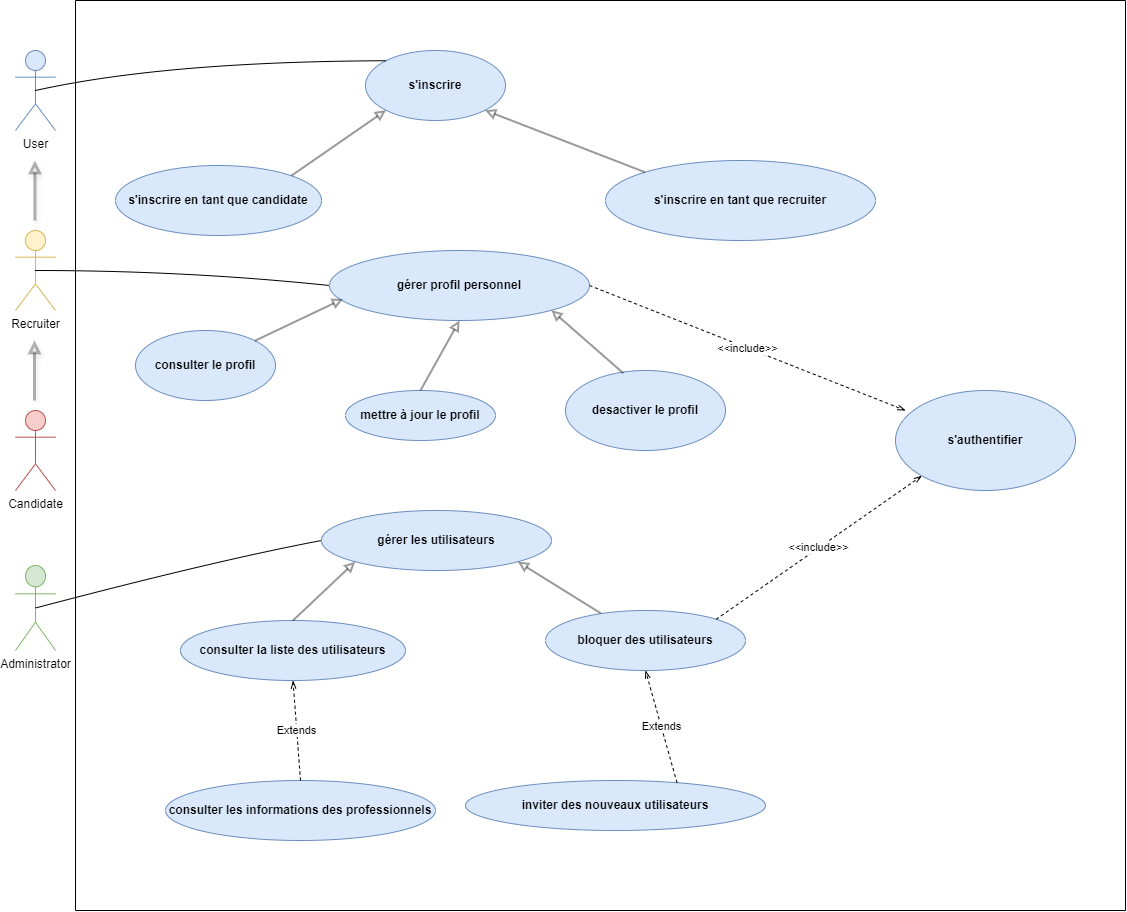
Above: Diagramme cas_utilisa_sprint1.png in chirine1/-project (draw.io), before the change. Source tidied: cells renumbered, new cells last; positions are measured from the earlier drawing's top-left corner, leaving out a move shared by most shapes.
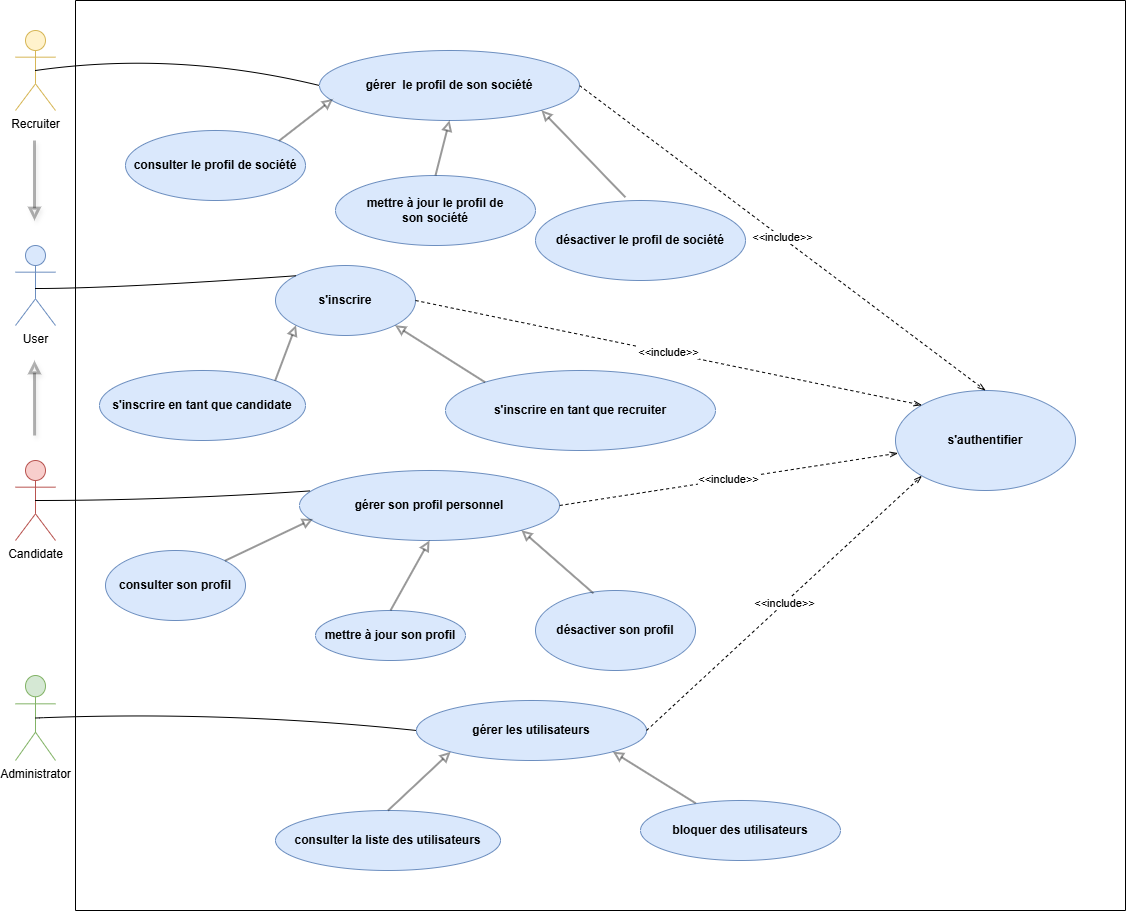
The same diagram one commit later.

Commit message:
Mettre à jour Diagramme cas_utilisa_sprint1.png

The edit, as a diff of the source:
```diff
@@ -3,55 +3,49 @@
     <mxCell id="0" />
     <mxCell id="1" parent="0" />
     <mxCell id="2" value="User" style="shape=umlActor;verticalLabelPosition=bottom;verticalAlign=top;html=1;outlineConnect=0;fillColor=#dae8fc;strokeColor=#6c8ebf;" parent="1" vertex="1">
-      <mxGeometry y="50" width="40" height="80" as="geometry" />
+      <mxGeometry y="245" width="40" height="80" as="geometry" />
     </mxCell>
     <mxCell id="3" value="Recruiter" style="shape=umlActor;verticalLabelPosition=bottom;verticalAlign=top;html=1;outlineConnect=0;fillColor=#fff2cc;strokeColor=#d6b656;" parent="1" vertex="1">
-      <mxGeometry y="230" width="40" height="80" as="geometry" />
+      <mxGeometry y="30" width="40" height="80" as="geometry" />
     </mxCell>
     <mxCell id="4" value="Administrator" style="shape=umlActor;verticalLabelPosition=bottom;verticalAlign=top;html=1;outlineConnect=0;fillColor=#d5e8d4;strokeColor=#82b366;" parent="1" vertex="1">
-      <mxGeometry y="565" width="40" height="85" as="geometry" />
+      <mxGeometry y="675" width="40" height="85" as="geometry" />
     </mxCell>
     <mxCell id="5" value="Candidate" style="shape=umlActor;verticalLabelPosition=bottom;verticalAlign=top;html=1;outlineConnect=0;fillColor=#f8cecc;strokeColor=#b85450;" parent="1" vertex="1">
-      <mxGeometry y="410" width="40" height="80" as="geometry" />
+      <mxGeometry y="460" width="40" height="80" as="geometry" />
     </mxCell>
     <mxCell id="6" value="&lt;b&gt;s'inscrire&lt;/b&gt;" style="ellipse;whiteSpace=wrap;html=1;fillColor=#dae8fc;strokeColor=#6c8ebf;" parent="1" vertex="1">
-      <mxGeometry x="350" y="50" width="140" height="70" as="geometry" />
+      <mxGeometry x="260" y="265" width="140" height="70" as="geometry" />
     </mxCell>
     <mxCell id="7" value="&lt;b&gt;s'inscrire en tant que candidate&lt;/b&gt;" style="ellipse;whiteSpace=wrap;html=1;fillColor=#dae8fc;strokeColor=#6c8ebf;" parent="1" vertex="1">
-      <mxGeometry x="100" y="165" width="206" height="70" as="geometry" />
+      <mxGeometry x="84" y="370" width="206" height="70" as="geometry" />
     </mxCell>
-    <mxCell id="8" value="&lt;b&gt;gérer profil personnel&lt;/b&gt;" style="ellipse;whiteSpace=wrap;html=1;fillColor=#dae8fc;strokeColor=#6c8ebf;" parent="1" vertex="1">
-      <mxGeometry x="314" y="250" width="260" height="70" as="geometry" />
+    <mxCell id="8" value="&lt;b&gt;gérer&amp;nbsp; le profil de son société&lt;/b&gt;" style="ellipse;whiteSpace=wrap;html=1;fillColor=#dae8fc;strokeColor=#6c8ebf;" parent="1" vertex="1">
+      <mxGeometry x="304" y="50" width="260" height="70" as="geometry" />
     </mxCell>
     <mxCell id="9" value="&lt;b&gt;s'inscrire en tant que recruiter&lt;/b&gt;" style="ellipse;whiteSpace=wrap;html=1;fillColor=#dae8fc;strokeColor=#6c8ebf;" parent="1" vertex="1">
-      <mxGeometry x="590" y="160" width="270" height="80" as="geometry" />
+      <mxGeometry x="430" y="370" width="270" height="80" as="geometry" />
     </mxCell>
-    <mxCell id="10" value="&lt;b&gt;mettre à jour le profil&lt;/b&gt;" style="ellipse;whiteSpace=wrap;html=1;fillColor=#dae8fc;strokeColor=#6c8ebf;" parent="1" vertex="1">
-      <mxGeometry x="330" y="390" width="150" height="50" as="geometry" />
+    <mxCell id="10" value="&lt;b&gt;mettre à jour le profil de son&amp;nbsp;&lt;/b&gt;&lt;b&gt;société&lt;/b&gt;" style="ellipse;whiteSpace=wrap;html=1;fillColor=#dae8fc;strokeColor=#6c8ebf;" parent="1" vertex="1">
+      <mxGeometry x="320" y="175" width="200" height="70" as="geometry" />
     </mxCell>
     <mxCell id="11" value="&lt;b&gt;s'authentifier&lt;/b&gt;" style="ellipse;whiteSpace=wrap;html=1;fillColor=#dae8fc;strokeColor=#6c8ebf;" parent="1" vertex="1">
       <mxGeometry x="880" y="390" width="180" height="100" as="geometry" />
     </mxCell>
-    <mxCell id="12" value="&lt;b&gt;desactiver le profil&lt;/b&gt;" style="ellipse;whiteSpace=wrap;html=1;fillColor=#dae8fc;strokeColor=#6c8ebf;" parent="1" vertex="1">
-      <mxGeometry x="550" y="370" width="160" height="80" as="geometry" />
+    <mxCell id="12" value="&lt;b&gt;désactiver le profil de&amp;nbsp;&lt;/b&gt;&lt;b&gt;société&lt;/b&gt;" style="ellipse;whiteSpace=wrap;html=1;fillColor=#dae8fc;strokeColor=#6c8ebf;" parent="1" vertex="1">
+      <mxGeometry x="520" y="200" width="210" height="80" as="geometry" />
     </mxCell>
-    <mxCell id="13" value="&lt;b&gt;consulter le profil&lt;/b&gt;" style="ellipse;whiteSpace=wrap;html=1;fillColor=#dae8fc;strokeColor=#6c8ebf;" parent="1" vertex="1">
-      <mxGeometry x="120" y="330" width="140" height="70" as="geometry" />
+    <mxCell id="13" value="&lt;b&gt;consulter le profil de&amp;nbsp;&lt;/b&gt;&lt;b&gt;société&lt;/b&gt;" style="ellipse;whiteSpace=wrap;html=1;fillColor=#dae8fc;strokeColor=#6c8ebf;" parent="1" vertex="1">
+      <mxGeometry x="110" y="130" width="180" height="70" as="geometry" />
     </mxCell>
     <mxCell id="14" value="&lt;b&gt;gérer les utilisateurs&lt;/b&gt;" style="ellipse;whiteSpace=wrap;html=1;fillColor=#dae8fc;strokeColor=#6c8ebf;" parent="1" vertex="1">
-      <mxGeometry x="306" y="510" width="230" height="60" as="geometry" />
+      <mxGeometry x="401" y="700" width="230" height="60" as="geometry" />
     </mxCell>
-    <mxCell id="15" value="&lt;b&gt;inviter des nouveaux utilisateurs&lt;/b&gt;" style="ellipse;whiteSpace=wrap;html=1;fillColor=#dae8fc;strokeColor=#6c8ebf;" parent="1" vertex="1">
-      <mxGeometry x="450" y="780" width="300" height="50" as="geometry" />
-    </mxCell>
-    <mxCell id="16" value="&lt;b&gt;consulter les informations des professionnels&lt;/b&gt;" style="ellipse;whiteSpace=wrap;html=1;fillColor=#dae8fc;strokeColor=#6c8ebf;" parent="1" vertex="1">
-      <mxGeometry x="150" y="780" width="270" height="60" as="geometry" />
-    </mxCell>
     <mxCell id="17" value="&lt;b&gt;consulter la liste des utilisateurs&lt;/b&gt;" style="ellipse;whiteSpace=wrap;html=1;fillColor=#dae8fc;strokeColor=#6c8ebf;" parent="1" vertex="1">
-      <mxGeometry x="165" y="620" width="225" height="60" as="geometry" />
+      <mxGeometry x="260" y="810" width="225" height="60" as="geometry" />
     </mxCell>
     <mxCell id="18" value="&lt;b&gt;bloquer des utilisateurs&lt;/b&gt;" style="ellipse;whiteSpace=wrap;html=1;fillColor=#dae8fc;strokeColor=#6c8ebf;" parent="1" vertex="1">
-      <mxGeometry x="530" y="610" width="200" height="60" as="geometry" />
+      <mxGeometry x="625" y="800" width="200" height="60" as="geometry" />
     </mxCell>
     <mxCell id="19" style="endArrow=none;html=1;rounded=0;" parent="1" edge="1">
       <mxGeometry relative="1" as="geometry">
@@ -77,24 +71,17 @@
         <mxPoint x="1110" as="targetPoint" />
       </mxGeometry>
     </mxCell>
-    <mxCell id="23" style="curved=1;endArrow=none;html=1;rounded=0;exitX=0.5;exitY=0.5;exitDx=0;exitDy=0;exitPerimeter=0;entryX=0;entryY=0;entryDx=0;entryDy=0;endFill=0;" parent="1" edge="1" source="2" target="6">
-      <mxGeometry relative="1" as="geometry">
-        <Array as="points">
-          <mxPoint x="150" y="61" />
-        </Array>
-      </mxGeometry>
-    </mxCell>
     <mxCell id="24" style="curved=1;endArrow=none;html=1;rounded=0;exitX=0.5;exitY=0.5;exitDx=0;exitDy=0;exitPerimeter=0;entryX=0;entryY=0.5;entryDx=0;entryDy=0;endFill=0;" parent="1" edge="1" source="3" target="8">
       <mxGeometry relative="1" as="geometry">
         <Array as="points">
-          <mxPoint x="170" y="270" />
+          <mxPoint x="160" y="50" />
         </Array>
       </mxGeometry>
     </mxCell>
     <mxCell id="25" style="curved=1;endArrow=none;html=1;rounded=0;exitX=0.5;exitY=0.5;exitDx=0;exitDy=0;exitPerimeter=0;entryX=0;entryY=0.5;entryDx=0;entryDy=0;endFill=0;" parent="1" edge="1" source="4" target="14">
       <mxGeometry relative="1" as="geometry">
         <Array as="points">
-          <mxPoint x="200" y="560" />
+          <mxPoint x="210" y="710" />
         </Array>
       </mxGeometry>
     </mxCell>
@@ -107,7 +94,7 @@
     <mxCell id="28" style="endArrow=block;html=1;rounded=0;strokeWidth=2;endFill=0;jumpSize=6;opacity=40;fontSize=11;targetPerimeterSpacing=0;sourcePerimeterSpacing=0;jumpStyle=none;exitX=1;exitY=0;exitDx=0;exitDy=0;entryX=0.052;entryY=0.692;entryDx=0;entryDy=0;entryPerimeter=0;" parent="1" edge="1" source="13" target="8">
       <mxGeometry relative="1" as="geometry" />
     </mxCell>
-    <mxCell id="29" style="endArrow=block;html=1;rounded=0;strokeWidth=2;endFill=0;jumpSize=6;opacity=40;fontSize=11;targetPerimeterSpacing=0;sourcePerimeterSpacing=0;jumpStyle=none;exitX=0.362;exitY=0.035;exitDx=0;exitDy=0;exitPerimeter=0;entryX=1;entryY=1;entryDx=0;entryDy=0;" parent="1" edge="1" source="12" target="8">
+    <mxCell id="29" style="endArrow=block;html=1;rounded=0;strokeWidth=2;endFill=0;jumpSize=6;opacity=40;fontSize=11;targetPerimeterSpacing=0;sourcePerimeterSpacing=0;jumpStyle=none;exitX=0.428;exitY=-0.04;exitDx=0;exitDy=0;exitPerimeter=0;entryX=1;entryY=1;entryDx=0;entryDy=0;" parent="1" edge="1" source="12" target="8">
       <mxGeometry relative="1" as="geometry" />
     </mxCell>
     <mxCell id="30" style="endArrow=block;html=1;rounded=0;strokeWidth=2;endFill=0;jumpSize=6;opacity=40;fontSize=11;targetPerimeterSpacing=0;sourcePerimeterSpacing=0;jumpStyle=none;exitX=0.5;exitY=0;exitDx=0;exitDy=0;entryX=0.5;entryY=1;entryDx=0;entryDy=0;" parent="1" edge="1" source="10" target="8">
@@ -119,29 +106,65 @@
     <mxCell id="32" style="endArrow=block;html=1;rounded=0;strokeWidth=2;endFill=0;jumpSize=6;opacity=40;fontSize=11;targetPerimeterSpacing=0;sourcePerimeterSpacing=0;jumpStyle=none;exitX=0.5;exitY=0;exitDx=0;exitDy=0;entryX=0;entryY=1;entryDx=0;entryDy=0;" parent="1" edge="1" source="17" target="14">
       <mxGeometry relative="1" as="geometry" />
     </mxCell>
-    <mxCell id="33" value="Extends" style="endArrow=openThin;endFill=0;html=1;rounded=0;entryX=0.5;entryY=1;entryDx=0;entryDy=0;exitX=0.5;exitY=0;exitDx=0;exitDy=0;dashed=1;" parent="1" edge="1" source="16" target="17">
-      <mxGeometry relative="1" as="geometry" />
-    </mxCell>
-    <mxCell id="34" value="Extends" style="endArrow=openThin;endFill=0;html=1;rounded=0;entryX=0.5;entryY=1;entryDx=0;entryDy=0;exitX=0.705;exitY=0.044;exitDx=0;exitDy=0;exitPerimeter=0;dashed=1;" parent="1" edge="1" source="15" target="18">
-      <mxGeometry relative="1" as="geometry" />
-    </mxCell>
-    <mxCell id="35" value="&amp;lt;&amp;lt;include&amp;gt;&amp;gt;" style="endArrow=openThin;endFill=0;html=1;rounded=0;entryX=0;entryY=1;entryDx=0;entryDy=0;exitX=1;exitY=0;exitDx=0;exitDy=0;dashed=1;" parent="1" edge="1" source="18" target="11">
+    <mxCell id="35" value="&amp;lt;&amp;lt;include&amp;gt;&amp;gt;" style="endArrow=openThin;endFill=0;html=1;rounded=0;entryX=0;entryY=1;entryDx=0;entryDy=0;exitX=1;exitY=0.5;exitDx=0;exitDy=0;dashed=1;" parent="1" edge="1" source="14" target="11">
       <mxGeometry relative="1" as="geometry" />
     </mxCell>
-    <mxCell id="36" value="&amp;lt;&amp;lt;include&amp;gt;&amp;gt;" style="endArrow=openThin;endFill=0;html=1;rounded=0;entryX=0.056;entryY=0.2;entryDx=0;entryDy=0;exitX=1;exitY=0.5;exitDx=0;exitDy=0;dashed=1;entryPerimeter=0;" parent="1" edge="1" source="8" target="11">
+    <mxCell id="36" value="&amp;lt;&amp;lt;include&amp;gt;&amp;gt;" style="endArrow=openThin;endFill=0;html=1;rounded=0;entryX=0.5;entryY=0;entryDx=0;entryDy=0;exitX=1;exitY=0.5;exitDx=0;exitDy=0;dashed=1;" parent="1" edge="1" source="8" target="11">
       <mxGeometry relative="1" as="geometry" />
     </mxCell>
     <mxCell id="37" style="endArrow=block;html=1;rounded=0;endFill=0;strokeWidth=3;opacity=30;jumpSize=20;shadow=1;flowAnimation=0;" parent="1" edge="1">
       <mxGeometry relative="1" as="geometry">
-        <mxPoint x="19.4" y="220" as="sourcePoint" />
-        <mxPoint x="19.4" y="160" as="targetPoint" />
+        <mxPoint x="19" y="140" as="sourcePoint" />
+        <mxPoint x="19" y="220" as="targetPoint" />
       </mxGeometry>
     </mxCell>
     <mxCell id="38" style="endArrow=block;html=1;rounded=0;endFill=0;strokeWidth=3;opacity=30;jumpSize=20;shadow=1;flowAnimation=0;" parent="1" edge="1">
       <mxGeometry relative="1" as="geometry">
-        <mxPoint x="19" y="400" as="sourcePoint" />
-        <mxPoint x="19" y="340" as="targetPoint" />
+        <mxPoint x="19.1" y="435" as="sourcePoint" />
+        <mxPoint x="19" y="360" as="targetPoint" />
       </mxGeometry>
     </mxCell>
+    <mxCell id="39" value="&lt;b&gt;gérer son profil personnel&lt;/b&gt;" style="ellipse;whiteSpace=wrap;html=1;fillColor=#dae8fc;strokeColor=#6c8ebf;" parent="1" vertex="1">
+      <mxGeometry x="284" y="470" width="260" height="70" as="geometry" />
+    </mxCell>
+    <mxCell id="40" value="&lt;b&gt;mettre à jour son profil&lt;/b&gt;" style="ellipse;whiteSpace=wrap;html=1;fillColor=#dae8fc;strokeColor=#6c8ebf;" parent="1" vertex="1">
+      <mxGeometry x="300" y="610" width="150" height="50" as="geometry" />
+    </mxCell>
+    <mxCell id="41" value="&lt;b&gt;désactiver son profil&lt;/b&gt;" style="ellipse;whiteSpace=wrap;html=1;fillColor=#dae8fc;strokeColor=#6c8ebf;" parent="1" vertex="1">
+      <mxGeometry x="520" y="590" width="160" height="80" as="geometry" />
+    </mxCell>
+    <mxCell id="42" value="&lt;b&gt;consulter son profil&lt;/b&gt;" style="ellipse;whiteSpace=wrap;html=1;fillColor=#dae8fc;strokeColor=#6c8ebf;" parent="1" vertex="1">
+      <mxGeometry x="90" y="550" width="140" height="70" as="geometry" />
+    </mxCell>
+    <mxCell id="43" style="endArrow=block;html=1;rounded=0;strokeWidth=2;endFill=0;jumpSize=6;opacity=40;fontSize=11;targetPerimeterSpacing=0;sourcePerimeterSpacing=0;jumpStyle=none;exitX=1;exitY=0;exitDx=0;exitDy=0;entryX=0.052;entryY=0.692;entryDx=0;entryDy=0;entryPerimeter=0;" parent="1" edge="1" source="42" target="39">
+      <mxGeometry relative="1" as="geometry" />
+    </mxCell>
+    <mxCell id="44" style="endArrow=block;html=1;rounded=0;strokeWidth=2;endFill=0;jumpSize=6;opacity=40;fontSize=11;targetPerimeterSpacing=0;sourcePerimeterSpacing=0;jumpStyle=none;exitX=0.362;exitY=0.035;exitDx=0;exitDy=0;exitPerimeter=0;entryX=1;entryY=1;entryDx=0;entryDy=0;" parent="1" edge="1" source="41" target="39">
+      <mxGeometry relative="1" as="geometry" />
+    </mxCell>
+    <mxCell id="45" style="endArrow=block;html=1;rounded=0;strokeWidth=2;endFill=0;jumpSize=6;opacity=40;fontSize=11;targetPerimeterSpacing=0;sourcePerimeterSpacing=0;jumpStyle=none;exitX=0.5;exitY=0;exitDx=0;exitDy=0;entryX=0.5;entryY=1;entryDx=0;entryDy=0;" parent="1" edge="1" source="40" target="39">
+      <mxGeometry relative="1" as="geometry" />
+    </mxCell>
+    <mxCell id="46" value="&amp;lt;&amp;lt;include&amp;gt;&amp;gt;" style="endArrow=openThin;endFill=0;html=1;rounded=0;entryX=0.014;entryY=0.627;entryDx=0;entryDy=0;exitX=1;exitY=0.5;exitDx=0;exitDy=0;dashed=1;entryPerimeter=0;" parent="1" edge="1" source="39" target="11">
+      <mxGeometry relative="1" as="geometry" />
+    </mxCell>
+    <mxCell id="47" style="curved=1;endArrow=none;html=1;rounded=0;exitX=0.5;exitY=0.5;exitDx=0;exitDy=0;exitPerimeter=0;entryX=0.039;entryY=0.292;entryDx=0;entryDy=0;endFill=0;entryPerimeter=0;" parent="1" edge="1" source="5" target="39">
+      <mxGeometry relative="1" as="geometry">
+        <Array as="points">
+          <mxPoint x="150" y="500" />
+        </Array>
+      </mxGeometry>
+    </mxCell>
+    <mxCell id="48" style="curved=1;endArrow=none;html=1;rounded=0;entryX=0;entryY=0;entryDx=0;entryDy=0;endFill=0;" parent="1" edge="1" target="6">
+      <mxGeometry relative="1" as="geometry">
+        <mxPoint x="20" y="288" as="sourcePoint" />
+        <Array as="points">
+          <mxPoint x="100" y="288" />
+        </Array>
+      </mxGeometry>
+    </mxCell>
+    <mxCell id="49" value="&amp;lt;&amp;lt;include&amp;gt;&amp;gt;" style="endArrow=openThin;endFill=0;html=1;rounded=0;entryX=0;entryY=0;entryDx=0;entryDy=0;exitX=1;exitY=0.5;exitDx=0;exitDy=0;dashed=1;" parent="1" edge="1" source="6" target="11">
+      <mxGeometry relative="1" as="geometry" />
+    </mxCell>
   </root>
 </mxGraphModel>
```
